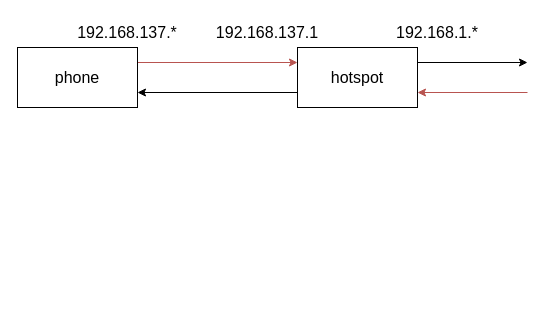
This is src/configs/Scheme.drawio from RadmirSad/GDPI_forward, a draw.io file, before an edit. Source tidied: cells renumbered, new cells numbered last; positions are measured from the earlier drawing's top-left corner, leaving out a move shared by most shapes. Both pictures are drawn from the tidied source at 100%, with x=0, y=0 at pixel (17, 17).
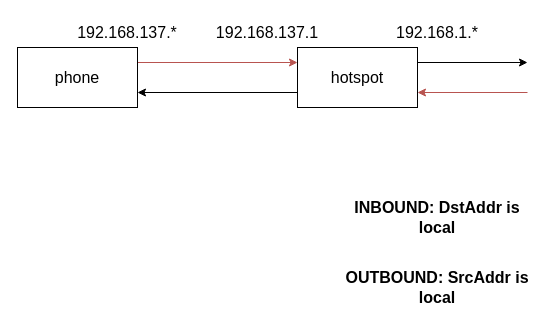
Above is the later version.

Diff of the diagram source:
```diff
@@
 <mxGraphModel>
   <root>
     <mxCell id="0" />
     <mxCell id="1" parent="0" />
-    <mxCell id="2" style="ellipse;whiteSpace=wrap;html=1;rotation=90;opacity=0;" parent="1" vertex="1">
-      <mxGeometry x="362" y="170" width="120" height="80" as="geometry" />
-    </mxCell>
     <mxCell id="3" style="edgeStyle=orthogonalEdgeStyle;rounded=0;jettySize=auto;html=1;exitX=0;exitY=0.75;exitDx=0;exitDy=0;entryX=1;entryY=0.75;entryDx=0;entryDy=0;" parent="1" edge="1" source="4" target="6">
       <mxGeometry relative="1" as="geometry" />
     </mxCell>
     <mxCell id="4" value="&lt;font style=&quot;font-size: 16px;&quot;&gt;hotspot&lt;/font&gt;" style="rounded=0;whiteSpace=wrap;html=1;" parent="1" vertex="1">
       <mxGeometry x="280" y="30" width="120" height="60" as="geometry" />
     </mxCell>
     <mxCell id="5" style="edgeStyle=orthogonalEdgeStyle;rounded=0;jettySize=auto;html=1;exitX=1;exitY=0.25;exitDx=0;exitDy=0;entryX=0;entryY=0.25;entryDx=0;entryDy=0;fillColor=#f8cecc;strokeColor=#b85450;" parent="1" edge="1" source="6" target="4">
       <mxGeometry relative="1" as="geometry" />
     </mxCell>
     <mxCell id="6" value="&lt;font style=&quot;font-size: 16px;&quot;&gt;phone&lt;/font&gt;" style="rounded=0;whiteSpace=wrap;html=1;" parent="1" vertex="1">
       <mxGeometry y="30" width="120" height="60" as="geometry" />
     </mxCell>
     <mxCell id="7" style="endArrow=classic;html=1;rounded=0;exitX=1;exitY=0.25;exitDx=0;exitDy=0;" parent="1" edge="1" source="4">
       <mxGeometry relative="1" as="geometry">
         <mxPoint x="510" y="45" as="targetPoint" />
       </mxGeometry>
     </mxCell>
     <mxCell id="8" style="endArrow=classic;html=1;rounded=0;entryX=1;entryY=0.75;entryDx=0;entryDy=0;fillColor=#f8cecc;strokeColor=#b85450;" parent="1" edge="1" target="4">
       <mxGeometry relative="1" as="geometry">
         <mxPoint x="510" y="75" as="sourcePoint" />
       </mxGeometry>
     </mxCell>
     <mxCell id="9" value="192.168.137.*" style="text;html=1;strokeColor=none;fillColor=none;align=center;verticalAlign=middle;whiteSpace=wrap;rounded=0;fontSize=16;" parent="1" vertex="1">
       <mxGeometry x="50" width="120" height="30" as="geometry" />
     </mxCell>
     <mxCell id="10" value="192.168.137.1" style="text;html=1;strokeColor=none;fillColor=none;align=center;verticalAlign=middle;whiteSpace=wrap;rounded=0;fontSize=16;" parent="1" vertex="1">
       <mxGeometry x="190" width="120" height="30" as="geometry" />
     </mxCell>
     <mxCell id="11" value="192.168.1.*" style="text;html=1;strokeColor=none;fillColor=none;align=center;verticalAlign=middle;whiteSpace=wrap;rounded=0;fontSize=16;" parent="1" vertex="1">
       <mxGeometry x="360" width="120" height="30" as="geometry" />
     </mxCell>
+    <mxCell id="12" value="&lt;font style=&quot;font-size: 16px;&quot;&gt;&lt;b&gt;INBOUND: DstAddr is local&lt;/b&gt;&lt;/font&gt;" style="text;html=1;strokeColor=none;fillColor=none;align=center;verticalAlign=middle;whiteSpace=wrap;rounded=0;" parent="1" vertex="1">
+      <mxGeometry x="320" y="170" width="200" height="60" as="geometry" />
+    </mxCell>
+    <mxCell id="13" value="&lt;font style=&quot;font-size: 16px;&quot;&gt;&lt;b&gt;OUTBOUND: SrcAddr is local&lt;/b&gt;&lt;/font&gt;" style="text;html=1;strokeColor=none;fillColor=none;align=center;verticalAlign=middle;whiteSpace=wrap;rounded=0;" parent="1" vertex="1">
+      <mxGeometry x="320" y="240" width="200" height="60" as="geometry" />
+    </mxCell>
   </root>
 </mxGraphModel>
```
